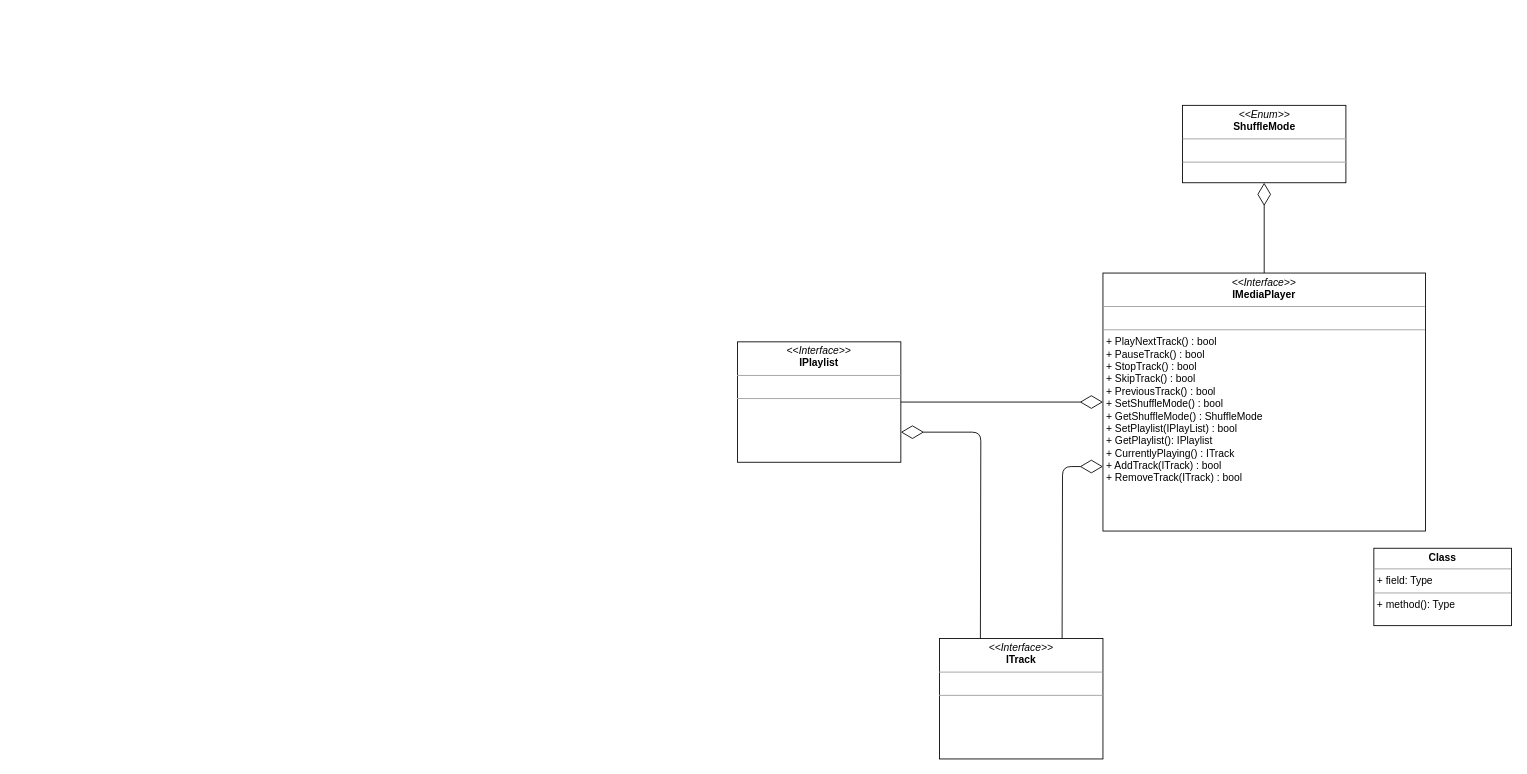
This is documentation/Class_Design_Diagram.drawio from mart610k/Mp3-Player, a draw.io file, before an edit. Source tidied: cells renumbered, new cells numbered last; positions are measured from the earlier drawing's top-left corner, leaving out a move shared by most shapes. Both pictures are drawn from the tidied source at 86%, with x=0, y=0 at pixel (737, 105).
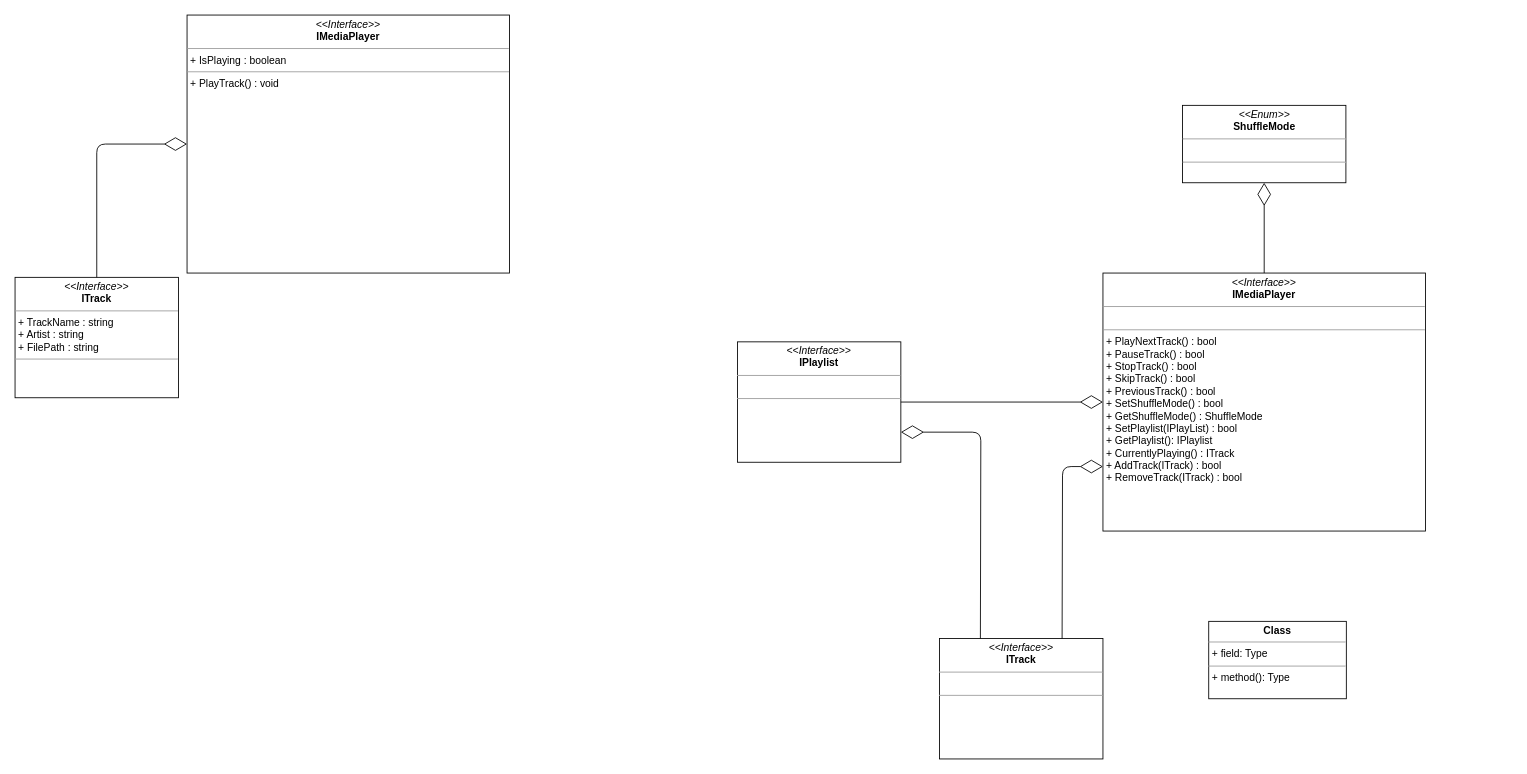
Above is the later version.

What changed in the source:
```diff
@@
 <mxGraphModel>
   <root>
     <mxCell id="0" />
     <mxCell id="1" parent="0" />
-    <mxCell id="2" value="&lt;p style=&quot;margin:0px;margin-top:4px;text-align:center;&quot;&gt;&lt;b&gt;Class&lt;/b&gt;&lt;/p&gt;&lt;hr size=&quot;1&quot;/&gt;&lt;p style=&quot;margin:0px;margin-left:4px;&quot;&gt;+ field: Type&lt;/p&gt;&lt;hr size=&quot;1&quot;/&gt;&lt;p style=&quot;margin:0px;margin-left:4px;&quot;&gt;+ method(): Type&lt;/p&gt;" style="verticalAlign=top;align=left;overflow=fill;fontSize=12;fontFamily=Helvetica;html=1;" parent="1" vertex="1">
-      <mxGeometry x="740" y="515" width="160" height="90" as="geometry" />
-    </mxCell>
     <mxCell id="3" value="&lt;p style=&quot;margin: 0px ; margin-top: 4px ; text-align: center&quot;&gt;&lt;i&gt;&amp;lt;&amp;lt;Interface&amp;gt;&amp;gt;&lt;/i&gt;&lt;br&gt;&lt;b&gt;IMediaPlayer&lt;/b&gt;&lt;/p&gt;&lt;hr size=&quot;1&quot;&gt;&lt;p style=&quot;margin: 0px ; margin-left: 4px&quot;&gt;&lt;br&gt;&lt;/p&gt;&lt;hr size=&quot;1&quot;&gt;&lt;p style=&quot;margin: 0px ; margin-left: 4px&quot;&gt;&lt;span&gt;+ PlayNextTrack() : bool&lt;/span&gt;&lt;br&gt;&lt;/p&gt;&lt;p style=&quot;margin: 0px ; margin-left: 4px&quot;&gt;+ PauseTrack() : bool&lt;/p&gt;&lt;p style=&quot;margin: 0px ; margin-left: 4px&quot;&gt;+ StopTrack() : bool&lt;/p&gt;&lt;p style=&quot;margin: 0px ; margin-left: 4px&quot;&gt;+ SkipTrack() : bool&lt;/p&gt;&lt;p style=&quot;margin: 0px ; margin-left: 4px&quot;&gt;+ PreviousTrack() : bool&lt;/p&gt;&lt;p style=&quot;margin: 0px ; margin-left: 4px&quot;&gt;+ SetShuffleMode() : bool&lt;/p&gt;&lt;p style=&quot;margin: 0px ; margin-left: 4px&quot;&gt;+ GetShuffleMode() : ShuffleMode&amp;nbsp;&lt;/p&gt;&lt;p style=&quot;margin: 0px ; margin-left: 4px&quot;&gt;+ SetPlaylist(IPlayList) : bool&lt;br&gt;+ GetPlaylist(): IPlaylist&lt;/p&gt;&lt;p style=&quot;margin: 0px ; margin-left: 4px&quot;&gt;+ CurrentlyPlaying() : ITrack&lt;/p&gt;&lt;p style=&quot;margin: 0px ; margin-left: 4px&quot;&gt;+ AddTrack(ITrack) : bool&lt;/p&gt;&lt;p style=&quot;margin: 0px ; margin-left: 4px&quot;&gt;+ RemoveTrack(ITrack) : bool&lt;/p&gt;&lt;p style=&quot;margin: 0px ; margin-left: 4px&quot;&gt;&lt;br&gt;&lt;/p&gt;&lt;p style=&quot;margin: 0px ; margin-left: 4px&quot;&gt;&amp;nbsp;&lt;/p&gt;" style="verticalAlign=top;align=left;overflow=fill;fontSize=12;fontFamily=Helvetica;html=1;" parent="1" vertex="1">
       <mxGeometry x="425" y="195" width="375" height="300" as="geometry" />
     </mxCell>
     <mxCell id="4" value="&lt;p style=&quot;margin: 0px ; margin-top: 4px ; text-align: center&quot;&gt;&lt;i&gt;&amp;lt;&amp;lt;Interface&amp;gt;&amp;gt;&lt;/i&gt;&lt;br&gt;&lt;b&gt;IPlaylist&lt;/b&gt;&lt;/p&gt;&lt;hr size=&quot;1&quot;&gt;&lt;p style=&quot;margin: 0px ; margin-left: 4px&quot;&gt;&lt;br&gt;&lt;/p&gt;&lt;hr size=&quot;1&quot;&gt;&lt;p style=&quot;margin: 0px ; margin-left: 4px&quot;&gt;&lt;br&gt;&lt;/p&gt;" style="verticalAlign=top;align=left;overflow=fill;fontSize=12;fontFamily=Helvetica;html=1;" parent="1" vertex="1">
       <mxGeometry y="275" width="190" height="140" as="geometry" />
     </mxCell>
     <mxCell id="5" style="endArrow=diamondThin;endFill=0;endSize=24;html=1;exitX=1;exitY=0.5;exitDx=0;exitDy=0;entryX=0;entryY=0.5;entryDx=0;entryDy=0;" parent="1" edge="1" source="4" target="3">
       <mxGeometry relative="1" as="geometry" />
     </mxCell>
     <mxCell id="6" value="&lt;p style=&quot;margin: 0px ; margin-top: 4px ; text-align: center&quot;&gt;&lt;i&gt;&amp;lt;&amp;lt;Interface&amp;gt;&amp;gt;&lt;/i&gt;&lt;br&gt;&lt;b&gt;ITrack&lt;/b&gt;&lt;/p&gt;&lt;hr size=&quot;1&quot;&gt;&lt;p style=&quot;margin: 0px ; margin-left: 4px&quot;&gt;&lt;br&gt;&lt;/p&gt;&lt;hr size=&quot;1&quot;&gt;&lt;p style=&quot;margin: 0px ; margin-left: 4px&quot;&gt;&lt;br&gt;&lt;/p&gt;" style="verticalAlign=top;align=left;overflow=fill;fontSize=12;fontFamily=Helvetica;html=1;" parent="1" vertex="1">
       <mxGeometry x="235" y="620" width="190" height="140" as="geometry" />
     </mxCell>
     <mxCell id="7" style="endArrow=diamondThin;endFill=0;endSize=24;html=1;exitX=0.75;exitY=0;exitDx=0;exitDy=0;entryX=0;entryY=0.75;entryDx=0;entryDy=0;" parent="1" edge="1" source="6" target="3">
       <mxGeometry relative="1" as="geometry">
         <Array as="points">
           <mxPoint x="378" y="420" />
         </Array>
       </mxGeometry>
     </mxCell>
     <mxCell id="8" style="endArrow=diamondThin;endFill=0;endSize=24;html=1;exitX=0.25;exitY=0;exitDx=0;exitDy=0;entryX=1;entryY=0.75;entryDx=0;entryDy=0;" parent="1" edge="1" source="6" target="4">
       <mxGeometry relative="1" as="geometry">
         <Array as="points">
           <mxPoint x="283" y="380" />
         </Array>
       </mxGeometry>
     </mxCell>
     <mxCell id="9" value="&lt;p style=&quot;margin: 0px ; margin-top: 4px ; text-align: center&quot;&gt;&lt;i&gt;&amp;lt;&amp;lt;Enum&amp;gt;&amp;gt;&lt;/i&gt;&lt;br&gt;&lt;b&gt;ShuffleMode&lt;/b&gt;&lt;/p&gt;&lt;hr size=&quot;1&quot;&gt;&lt;p style=&quot;margin: 0px ; margin-left: 4px&quot;&gt;&lt;br&gt;&lt;/p&gt;&lt;hr size=&quot;1&quot;&gt;&lt;p style=&quot;margin: 0px ; margin-left: 4px&quot;&gt;&lt;br&gt;&lt;/p&gt;" style="verticalAlign=top;align=left;overflow=fill;fontSize=12;fontFamily=Helvetica;html=1;" parent="1" vertex="1">
       <mxGeometry x="517.5" width="190" height="90" as="geometry" />
     </mxCell>
     <mxCell id="10" style="endArrow=diamondThin;endFill=0;endSize=24;html=1;entryX=0.5;entryY=1;entryDx=0;entryDy=0;exitX=0.5;exitY=0;exitDx=0;exitDy=0;" parent="1" edge="1" source="3" target="9">
       <mxGeometry relative="1" as="geometry" />
     </mxCell>
+    <mxCell id="2" value="&lt;p style=&quot;margin:0px;margin-top:4px;text-align:center;&quot;&gt;&lt;b&gt;Class&lt;/b&gt;&lt;/p&gt;&lt;hr size=&quot;1&quot;/&gt;&lt;p style=&quot;margin:0px;margin-left:4px;&quot;&gt;+ field: Type&lt;/p&gt;&lt;hr size=&quot;1&quot;/&gt;&lt;p style=&quot;margin:0px;margin-left:4px;&quot;&gt;+ method(): Type&lt;/p&gt;" style="verticalAlign=top;align=left;overflow=fill;fontSize=12;fontFamily=Helvetica;html=1;" parent="1" vertex="1">
+      <mxGeometry x="548" y="600" width="160" height="90" as="geometry" />
+    </mxCell>
+    <mxCell id="11" value="&lt;p style=&quot;margin: 0px ; margin-top: 4px ; text-align: center&quot;&gt;&lt;i&gt;&amp;lt;&amp;lt;Interface&amp;gt;&amp;gt;&lt;/i&gt;&lt;br&gt;&lt;b&gt;IMediaPlayer&lt;/b&gt;&lt;/p&gt;&lt;hr size=&quot;1&quot;&gt;&lt;p style=&quot;margin: 0px ; margin-left: 4px&quot;&gt;+ IsPlaying : boolean&lt;/p&gt;&lt;hr size=&quot;1&quot;&gt;&lt;p style=&quot;margin: 0px ; margin-left: 4px&quot;&gt;&lt;span&gt;+ PlayTrack() : void&lt;/span&gt;&lt;/p&gt;&lt;p style=&quot;margin: 0px ; margin-left: 4px&quot;&gt;&lt;br&gt;&lt;/p&gt;&lt;p style=&quot;margin: 0px ; margin-left: 4px&quot;&gt;&amp;nbsp;&lt;/p&gt;" style="verticalAlign=top;align=left;overflow=fill;fontSize=12;fontFamily=Helvetica;html=1;" parent="1" vertex="1">
+      <mxGeometry x="-640" y="-105" width="375" height="300" as="geometry" />
+    </mxCell>
+    <mxCell id="12" value="&lt;p style=&quot;margin: 0px ; margin-top: 4px ; text-align: center&quot;&gt;&lt;i&gt;&amp;lt;&amp;lt;Interface&amp;gt;&amp;gt;&lt;/i&gt;&lt;br&gt;&lt;b&gt;ITrack&lt;/b&gt;&lt;/p&gt;&lt;hr size=&quot;1&quot;&gt;&lt;p style=&quot;margin: 0px ; margin-left: 4px&quot;&gt;+ TrackName : string&lt;/p&gt;&lt;p style=&quot;margin: 0px ; margin-left: 4px&quot;&gt;+ Artist : string&lt;/p&gt;&lt;p style=&quot;margin: 0px ; margin-left: 4px&quot;&gt;+ FilePath : string&lt;/p&gt;&lt;hr size=&quot;1&quot;&gt;&lt;p style=&quot;margin: 0px ; margin-left: 4px&quot;&gt;&lt;br&gt;&lt;/p&gt;" style="verticalAlign=top;align=left;overflow=fill;fontSize=12;fontFamily=Helvetica;html=1;" parent="1" vertex="1">
+      <mxGeometry x="-840" y="200" width="190" height="140" as="geometry" />
+    </mxCell>
+    <mxCell id="13" style="endArrow=diamondThin;endFill=0;endSize=24;html=1;exitX=0.5;exitY=0;exitDx=0;exitDy=0;entryX=0;entryY=0.5;entryDx=0;entryDy=0;" parent="1" edge="1" source="12" target="11">
+      <mxGeometry relative="1" as="geometry">
+        <Array as="points">
+          <mxPoint x="-745" y="45" />
+        </Array>
+      </mxGeometry>
+    </mxCell>
   </root>
 </mxGraphModel>
```
